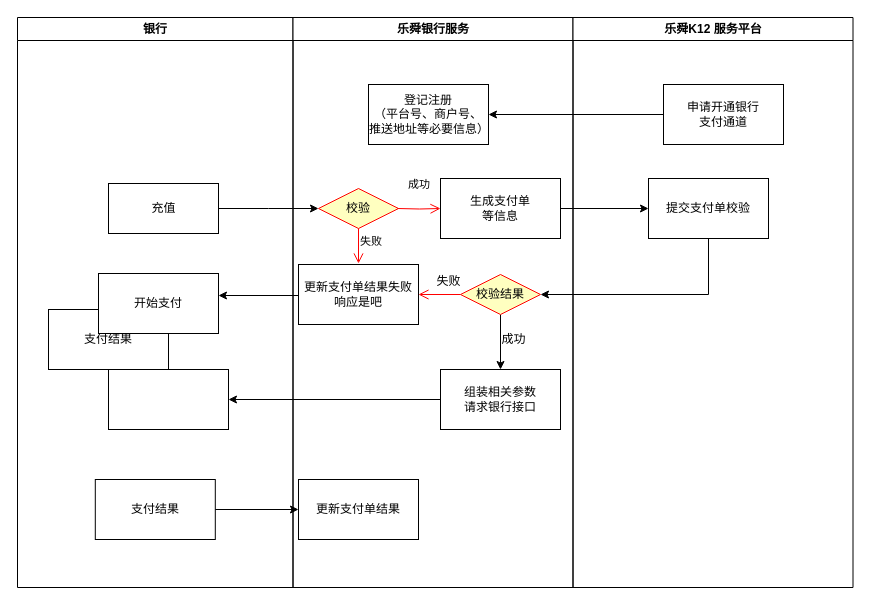
Before: 支付通道.drawio in limite1224/ministore, a draw.io diagram. Source tidied: cells renumbered, new cells numbered last; positions are measured from the earlier drawing's top-left corner, leaving out a move shared by most shapes. Both pictures are drawn from the tidied source at 100%, with x=0, y=0 at pixel (17, 17).
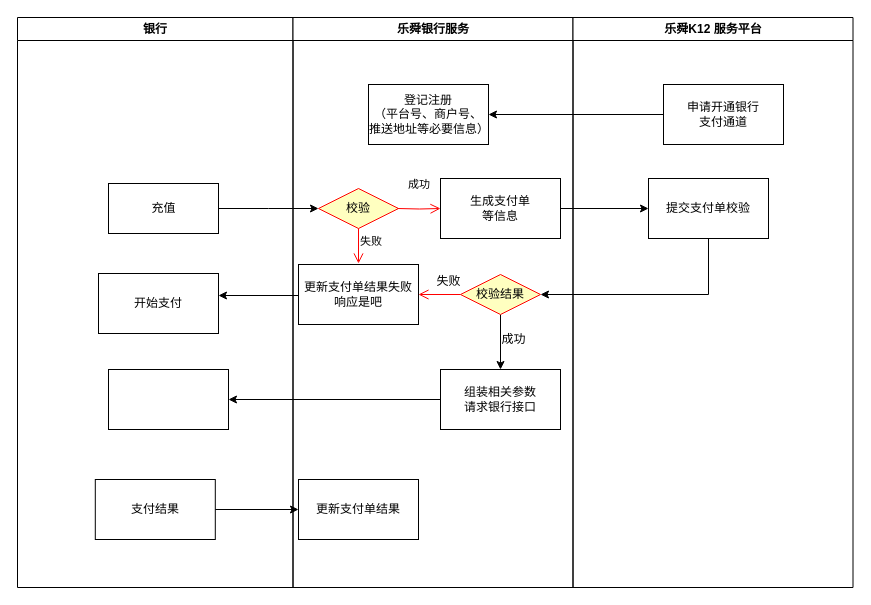
The same diagram, later.

Commit message (it also covers changes not shown here):
更新支付通道.drawio

The change refers to these unchanged cells:
```xml
<mxCell id="2" value="银行" style="swimlane;whiteSpace=wrap;startSize=23;shadow=0;" parent="1" vertex="1">
  <mxGeometry width="275.5" height="570" as="geometry" />
</mxCell>
```

What changed in the source:
```diff
@@
-    <mxCell id="5" value="支付结果" style="whiteSpace=wrap;html=1;fillColor=rgb(255, 255, 255);strokeColor=rgb(0, 0, 0);fontColor=rgb(0, 0, 0);rounded=0;" parent="2" vertex="1">
-      <mxGeometry x="31" y="292" width="120" height="60" as="geometry" />
-    </mxCell>
```
